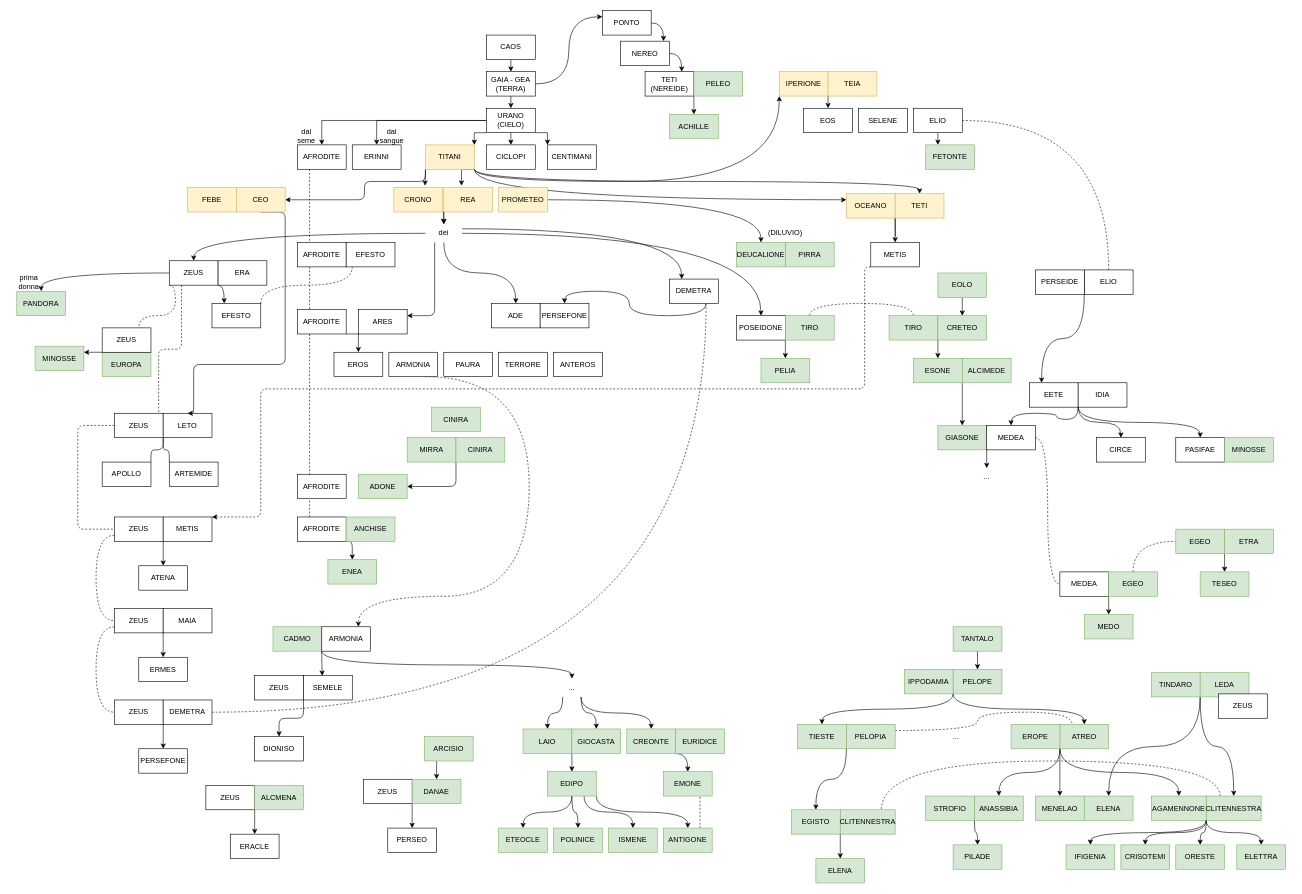
tcaru/diagrams keeps this draw.io diagram as miti.drawio. Above is the earlier version. Source tidied: cells renumbered, new cells numbered last; positions are measured from the earlier drawing's top-left corner, leaving out a move shared by most shapes. Both pictures are drawn from the tidied source at 61%, with x=0, y=0 at pixel (10, 10).
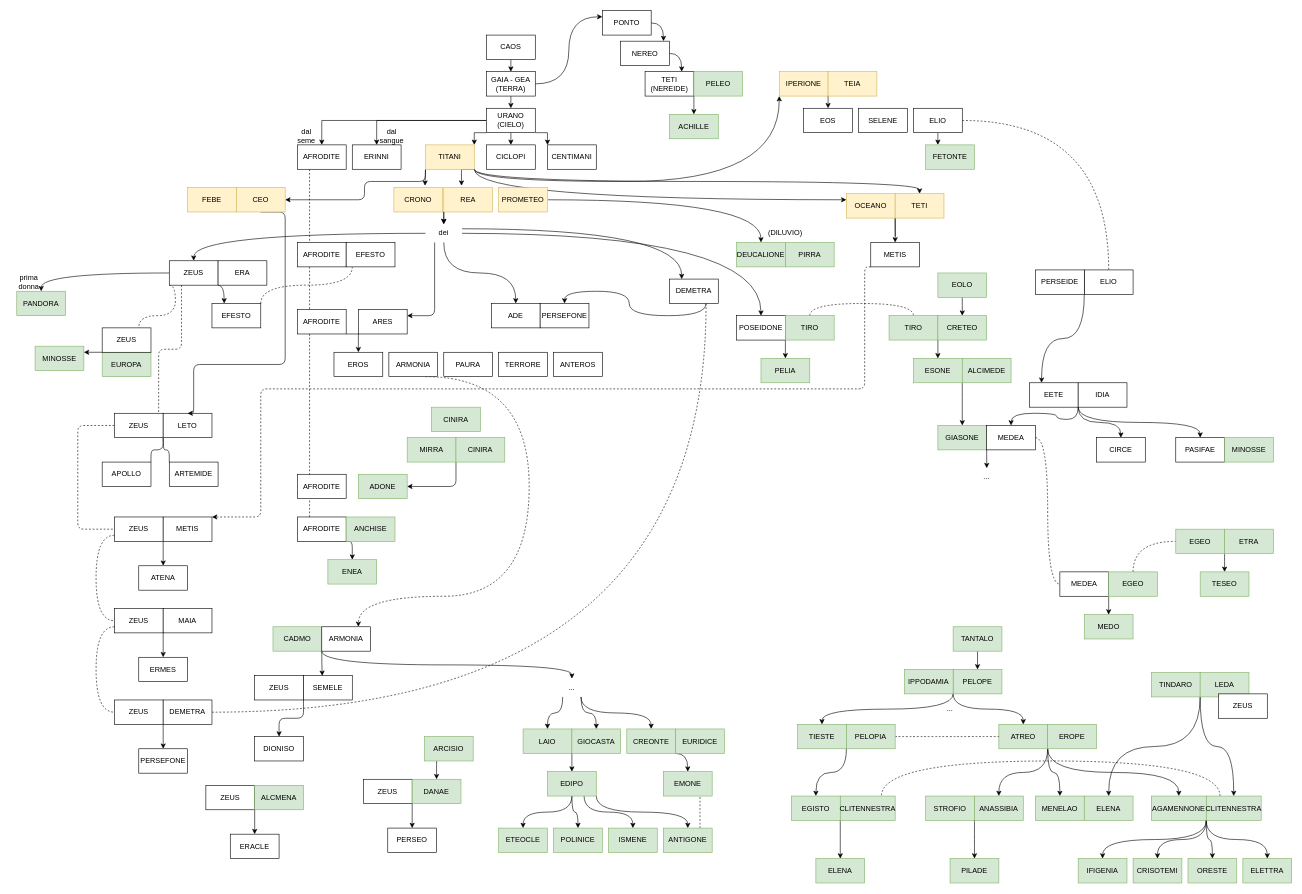
The same page after the edit.

The change refers to these unchanged cells:
```xml
<mxCell id="225" value="PELOPIA" style="rounded=0;whiteSpace=wrap;html=1;fillColor=#d5e8d4;strokeColor=#82b366;" parent="1" vertex="1">
  <mxGeometry x="1370" y="1170" width="80" height="40" as="geometry" />
</mxCell>
<mxCell id="226" value="MENELAO" style="rounded=0;whiteSpace=wrap;html=1;fillColor=#d5e8d4;strokeColor=#82b366;" parent="1" vertex="1">
  <mxGeometry x="1680" y="1287.5" width="80" height="40" as="geometry" />
</mxCell>
<mxCell id="227" value="ANASSIBIA" style="rounded=0;whiteSpace=wrap;html=1;fillColor=#d5e8d4;strokeColor=#82b366;" parent="1" vertex="1">
  <mxGeometry x="1580" y="1287.5" width="80" height="40" as="geometry" />
</mxCell>
<mxCell id="229" value="AGAMENNONE" style="rounded=0;whiteSpace=wrap;html=1;fillColor=#d5e8d4;strokeColor=#82b366;" parent="1" vertex="1">
  <mxGeometry x="1870" y="1287.5" width="90" height="40" as="geometry" />
</mxCell>
```

Change to the diagram source:
```diff
@@
-    <mxCell id="217" style="edgeStyle=orthogonalEdgeStyle;curved=1;jettySize=auto;html=1;exitX=0;exitY=1;exitDx=0;exitDy=0;entryX=0.5;entryY=0;entryDx=0;entryDy=0;" parent="1" edge="1" source="220" target="227">
+    <mxCell id="217" style="edgeStyle=orthogonalEdgeStyle;curved=1;jettySize=auto;html=1;exitX=0;exitY=1;exitDx=0;exitDy=0;entryX=0.5;entryY=0;entryDx=0;entryDy=0;" parent="1" edge="1" source="222" target="227">
       <mxGeometry relative="1" as="geometry" />
     </mxCell>
-    <mxCell id="218" style="edgeStyle=orthogonalEdgeStyle;curved=1;jettySize=auto;html=1;exitX=0;exitY=1;exitDx=0;exitDy=0;entryX=0.5;entryY=0;entryDx=0;entryDy=0;" parent="1" edge="1" source="220" target="226">
+    <mxCell id="218" style="edgeStyle=orthogonalEdgeStyle;curved=1;jettySize=auto;html=1;exitX=1;exitY=1;exitDx=0;exitDy=0;entryX=0.5;entryY=0;entryDx=0;entryDy=0;" parent="1" edge="1" source="220" target="226">
       <mxGeometry relative="1" as="geometry" />
     </mxCell>
-    <mxCell id="219" style="edgeStyle=orthogonalEdgeStyle;curved=1;jettySize=auto;html=1;exitX=0;exitY=1;exitDx=0;exitDy=0;entryX=0.5;entryY=0;entryDx=0;entryDy=0;" parent="1" edge="1" source="220" target="229">
+    <mxCell id="219" style="edgeStyle=orthogonalEdgeStyle;curved=1;jettySize=auto;html=1;exitX=1;exitY=1;exitDx=0;exitDy=0;entryX=0.5;entryY=0;entryDx=0;entryDy=0;" parent="1" edge="1" source="220" target="229">
       <mxGeometry relative="1" as="geometry" />
     </mxCell>
     <mxCell id="220" value="ATREO" style="rounded=0;whiteSpace=wrap;html=1;fillColor=#d5e8d4;strokeColor=#82b366;" parent="1" vertex="1">
-      <mxGeometry x="1720" y="1170" width="80" height="40" as="geometry" />
+      <mxGeometry x="1620" y="1170" width="80" height="40" as="geometry" />
     </mxCell>
@@
     <mxCell id="222" value="EROPE" style="rounded=0;whiteSpace=wrap;html=1;fillColor=#d5e8d4;strokeColor=#82b366;" parent="1" vertex="1">
-      <mxGeometry x="1640" y="1170" width="80" height="40" as="geometry" />
+      <mxGeometry x="1700" y="1170" width="80" height="40" as="geometry" />
     </mxCell>
@@
-    <mxCell id="224" style="edgeStyle=orthogonalEdgeStyle;jettySize=auto;html=1;exitX=1;exitY=0.25;exitDx=0;exitDy=0;entryX=0.25;entryY=0;entryDx=0;entryDy=0;dashed=1;curved=1;endArrow=none;endFill=0;" parent="1" edge="1" source="225" target="220">
+    <mxCell id="224" style="edgeStyle=orthogonalEdgeStyle;jettySize=auto;html=1;exitX=1;exitY=0.5;exitDx=0;exitDy=0;entryX=0;entryY=0.5;entryDx=0;entryDy=0;dashed=1;curved=1;endArrow=none;endFill=0;" parent="1" edge="1" source="225" target="220">
       <mxGeometry relative="1" as="geometry" />
     </mxCell>
@@
     <mxCell id="230" value="EGISTO" style="rounded=0;whiteSpace=wrap;html=1;fillColor=#d5e8d4;strokeColor=#82b366;" parent="1" vertex="1">
-      <mxGeometry x="1280" y="1310" width="80" height="40" as="geometry" />
+      <mxGeometry x="1280" y="1287.5" width="80" height="40" as="geometry" />
     </mxCell>
@@
     <mxCell id="236" value="IFIGENIA" style="rounded=0;whiteSpace=wrap;html=1;fillColor=#d5e8d4;strokeColor=#82b366;" parent="1" vertex="1">
-      <mxGeometry x="1730" y="1367.5" width="80" height="40" as="geometry" />
+      <mxGeometry x="1750" y="1390" width="80" height="40" as="geometry" />
     </mxCell>
     <mxCell id="237" value="ORESTE" style="rounded=0;whiteSpace=wrap;html=1;fillColor=#d5e8d4;strokeColor=#82b366;" parent="1" vertex="1">
-      <mxGeometry x="1910" y="1367.5" width="80" height="40" as="geometry" />
+      <mxGeometry x="1930" y="1390" width="80" height="40" as="geometry" />
     </mxCell>
     <mxCell id="238" value="ELETTRA" style="rounded=0;whiteSpace=wrap;html=1;fillColor=#d5e8d4;strokeColor=#82b366;" parent="1" vertex="1">
-      <mxGeometry x="2010" y="1367.5" width="80" height="40" as="geometry" />
+      <mxGeometry x="2020" y="1390" width="80" height="40" as="geometry" />
     </mxCell>
     <mxCell id="239" value="..." style="text;html=1;strokeColor=none;fillColor=none;align=center;verticalAlign=middle;whiteSpace=wrap;rounded=0;" parent="1" vertex="1">
-      <mxGeometry x="1520" y="1175" width="60" height="30" as="geometry" />
+      <mxGeometry x="1510" y="1130" width="60" height="30" as="geometry" />
     </mxCell>
@@
     <mxCell id="245" value="CRISOTEMI" style="rounded=0;whiteSpace=wrap;html=1;fillColor=#d5e8d4;strokeColor=#82b366;" parent="1" vertex="1">
-      <mxGeometry x="1820" y="1367.5" width="80" height="40" as="geometry" />
+      <mxGeometry x="1840" y="1390" width="80" height="40" as="geometry" />
     </mxCell>
@@
     <mxCell id="248" value="PILADE" style="rounded=0;whiteSpace=wrap;html=1;fillColor=#d5e8d4;strokeColor=#82b366;" parent="1" vertex="1">
-      <mxGeometry x="1545" y="1367.5" width="80" height="40" as="geometry" />
+      <mxGeometry x="1540" y="1390" width="80" height="40" as="geometry" />
     </mxCell>
@@
     <mxCell id="250" value="CLITENNESTRA" style="rounded=0;whiteSpace=wrap;html=1;fillColor=#d5e8d4;strokeColor=#82b366;" parent="1" vertex="1">
-      <mxGeometry x="1360" y="1310" width="90" height="40" as="geometry" />
+      <mxGeometry x="1360" y="1287.5" width="90" height="40" as="geometry" />
     </mxCell>
```
